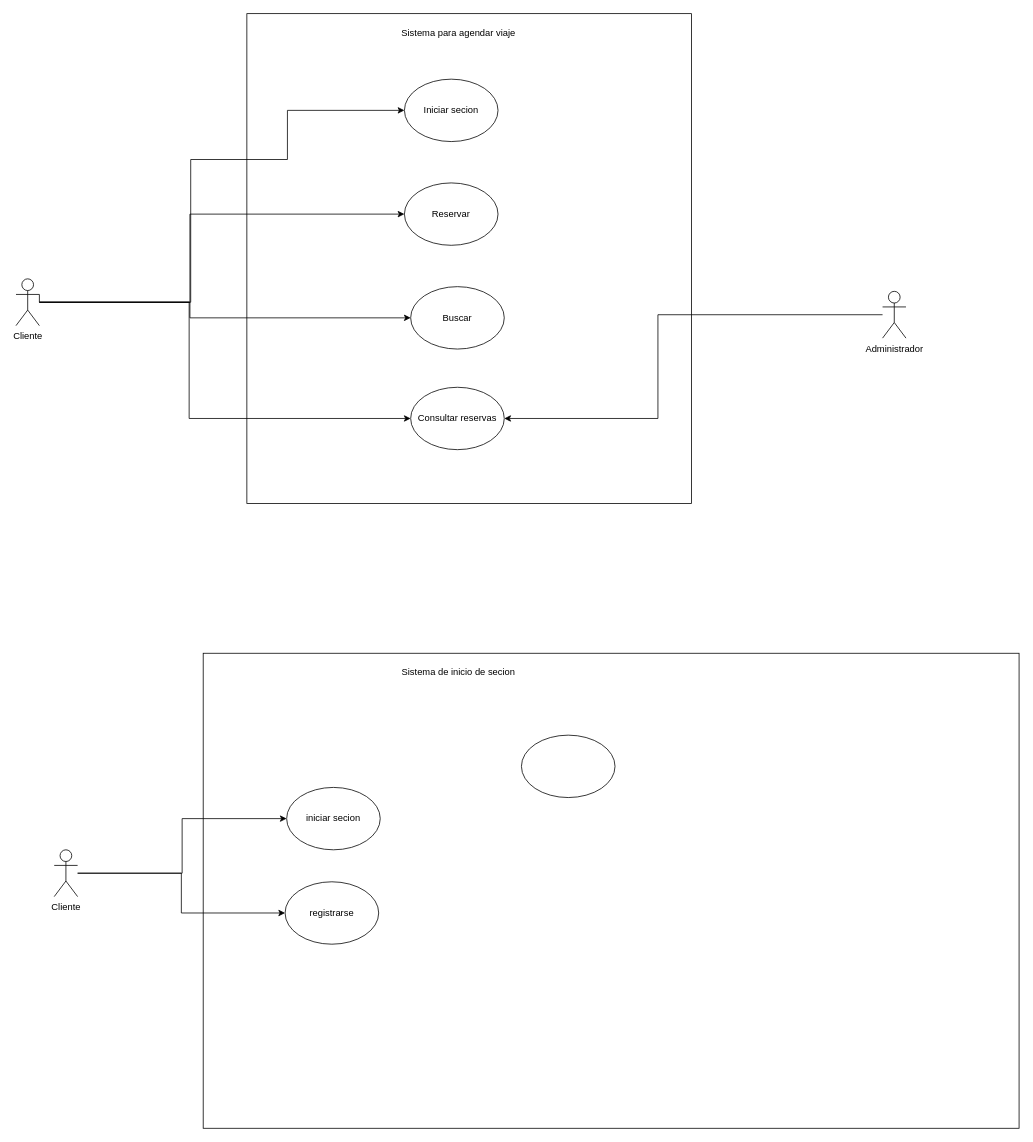
Before: modeladoSoftware título.drawio in Mundrack/Base-de-datos, a draw.io diagram. Source tidied: cells renumbered, new cells numbered last; positions are measured from the earlier drawing's top-left corner, leaving out a move shared by most shapes. Both pictures are drawn from the tidied source at 78%, with x=0, y=0 at pixel (16, 13).
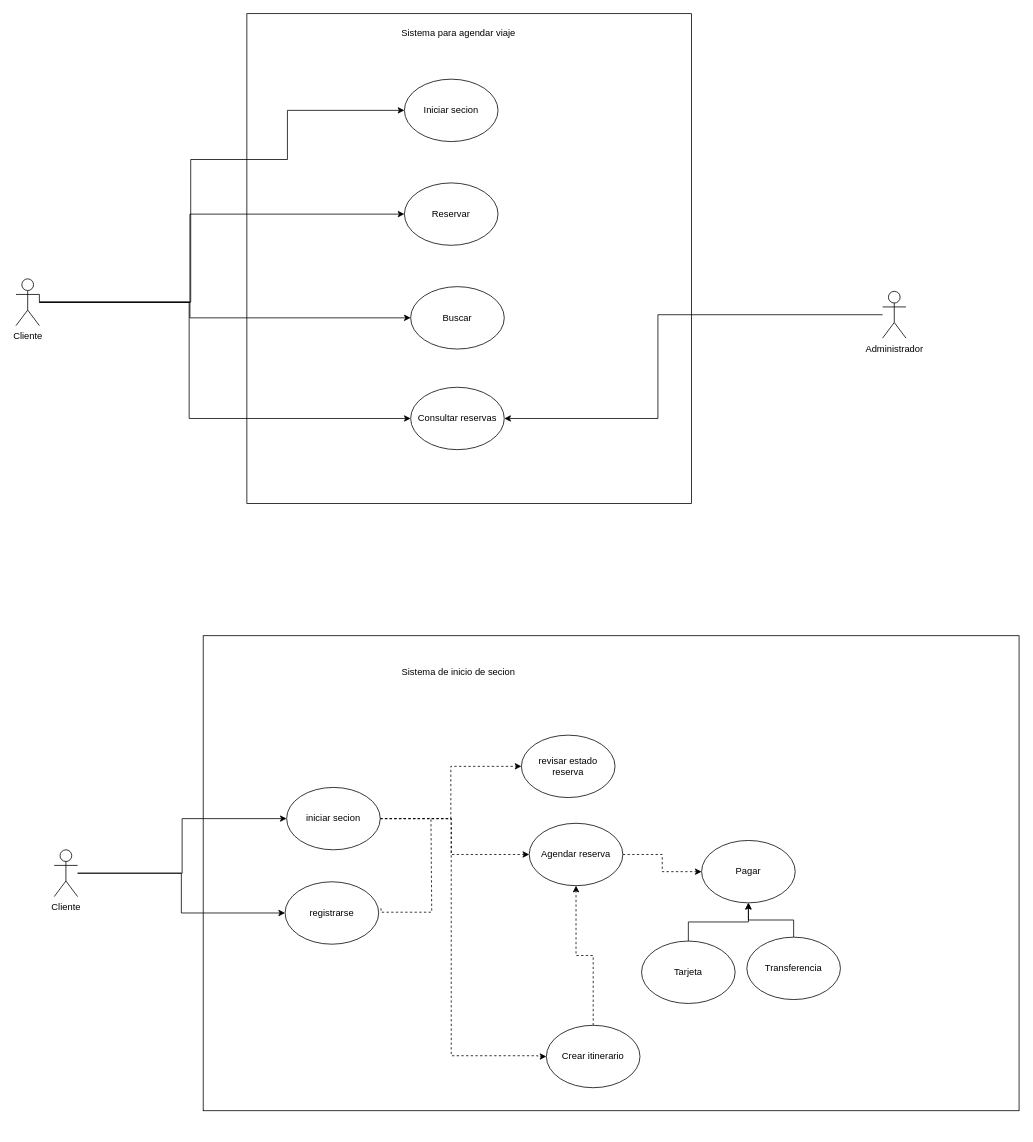
The same diagram, later.

The change refers to these unchanged cells:
```xml
<mxCell id="20" value="iniciar secion" style="ellipse;whiteSpace=wrap;html=1;" parent="1" vertex="1">
  <mxGeometry x="347" y="992" width="120" height="80" as="geometry" />
</mxCell>
<mxCell id="21" value="registrarse" style="ellipse;whiteSpace=wrap;html=1;" parent="1" vertex="1">
  <mxGeometry x="345" y="1113" width="120" height="80" as="geometry" />
</mxCell>
```

What changed in the source:
```diff
@@
     <mxCell id="15" style="rounded=0;whiteSpace=wrap;html=1;" parent="1" vertex="1">
-      <mxGeometry x="240" y="820" width="1046" height="609" as="geometry" />
+      <mxGeometry x="240" y="797.5" width="1046" height="609" as="geometry" />
     </mxCell>
@@
+    <mxCell id="23" style="edgeStyle=orthogonalEdgeStyle;rounded=0;jettySize=auto;html=1;entryX=0;entryY=0.5;entryDx=0;entryDy=0;dashed=1;" parent="1" edge="1" source="20" target="22">
+      <mxGeometry relative="1" as="geometry" />
+    </mxCell>
+    <mxCell id="24" style="edgeStyle=orthogonalEdgeStyle;rounded=0;jettySize=auto;html=1;dashed=1;" parent="1" edge="1" source="20" target="28">
+      <mxGeometry relative="1" as="geometry">
+        <Array as="points">
+          <mxPoint x="558" y="1032" />
+          <mxPoint x="558" y="1078" />
+        </Array>
+      </mxGeometry>
+    </mxCell>
+    <mxCell id="25" style="edgeStyle=orthogonalEdgeStyle;rounded=0;jettySize=auto;html=1;entryX=0;entryY=0.5;entryDx=0;entryDy=0;dashed=1;" parent="1" edge="1" source="20" target="35">
+      <mxGeometry relative="1" as="geometry">
+        <Array as="points">
+          <mxPoint x="558" y="1032" />
+          <mxPoint x="558" y="1336" />
+          <mxPoint x="669" y="1336" />
+        </Array>
+      </mxGeometry>
+    </mxCell>
@@
+    <mxCell id="26" style="edgeStyle=orthogonalEdgeStyle;rounded=0;jettySize=auto;html=1;endArrow=none;endFill=0;dashed=1;exitX=1.025;exitY=0.425;exitDx=0;exitDy=0;exitPerimeter=0;" parent="1" edge="1" source="21">
+      <mxGeometry relative="1" as="geometry">
+        <mxPoint x="532" y="1032" as="targetPoint" />
+        <Array as="points">
+          <mxPoint x="468" y="1152" />
+          <mxPoint x="533" y="1152" />
+        </Array>
+      </mxGeometry>
+    </mxCell>
@@
-    <mxCell id="22" style="ellipse;whiteSpace=wrap;html=1;" parent="1" vertex="1">
+    <mxCell id="22" value="revisar estado reserva" style="ellipse;whiteSpace=wrap;html=1;" parent="1" vertex="1">
       <mxGeometry x="648" y="925" width="120" height="80" as="geometry" />
     </mxCell>
+    <mxCell id="27" style="edgeStyle=orthogonalEdgeStyle;rounded=0;jettySize=auto;html=1;entryX=0;entryY=0.5;entryDx=0;entryDy=0;dashed=1;" parent="1" edge="1" source="28" target="29">
+      <mxGeometry relative="1" as="geometry" />
+    </mxCell>
+    <mxCell id="28" value="Agendar reserva" style="ellipse;whiteSpace=wrap;html=1;" parent="1" vertex="1">
+      <mxGeometry x="658" y="1038" width="120" height="80" as="geometry" />
+    </mxCell>
+    <mxCell id="29" value="Pagar" style="ellipse;whiteSpace=wrap;html=1;" parent="1" vertex="1">
+      <mxGeometry x="879" y="1060" width="120" height="80" as="geometry" />
+    </mxCell>
+    <mxCell id="30" style="edgeStyle=orthogonalEdgeStyle;rounded=0;jettySize=auto;html=1;" parent="1" edge="1" source="31" target="29">
+      <mxGeometry relative="1" as="geometry" />
+    </mxCell>
+    <mxCell id="31" value="Tarjeta" style="ellipse;whiteSpace=wrap;html=1;" parent="1" vertex="1">
+      <mxGeometry x="802" y="1189" width="120" height="80" as="geometry" />
+    </mxCell>
+    <mxCell id="32" style="edgeStyle=orthogonalEdgeStyle;rounded=0;jettySize=auto;html=1;entryX=0.5;entryY=1;entryDx=0;entryDy=0;" parent="1" edge="1" source="33" target="29">
+      <mxGeometry relative="1" as="geometry" />
+    </mxCell>
+    <mxCell id="33" value="Transferencia" style="ellipse;whiteSpace=wrap;html=1;" parent="1" vertex="1">
+      <mxGeometry x="937" y="1184" width="120" height="80" as="geometry" />
+    </mxCell>
+    <mxCell id="34" style="edgeStyle=orthogonalEdgeStyle;rounded=0;jettySize=auto;html=1;entryX=0.5;entryY=1;entryDx=0;entryDy=0;dashed=1;" parent="1" edge="1" source="35" target="28">
+      <mxGeometry relative="1" as="geometry" />
+    </mxCell>
+    <mxCell id="35" value="Crear itinerario" style="ellipse;whiteSpace=wrap;html=1;" parent="1" vertex="1">
+      <mxGeometry x="680" y="1297" width="120" height="80" as="geometry" />
+    </mxCell>
```
